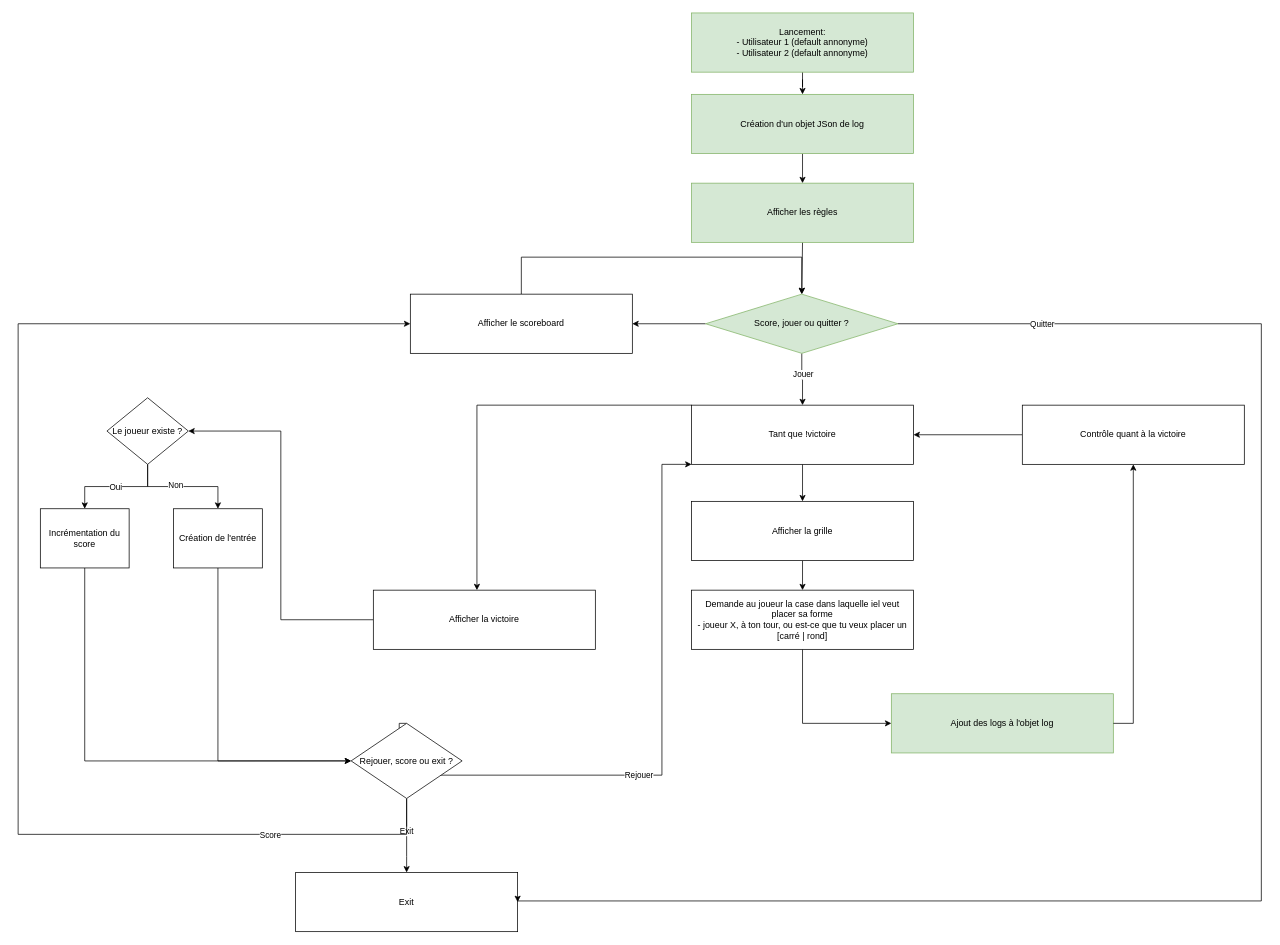
Before: Projet/Diagramme_de_sequence.drawio in Voeffray-Lucielle-EMF/122-Morpion, a draw.io diagram. Source tidied: cells renumbered, new cells numbered last; positions are measured from the earlier drawing's top-left corner, leaving out a move shared by most shapes. Both pictures are drawn from the tidied source at 74%, with x=0, y=0 at pixel (18, 13).
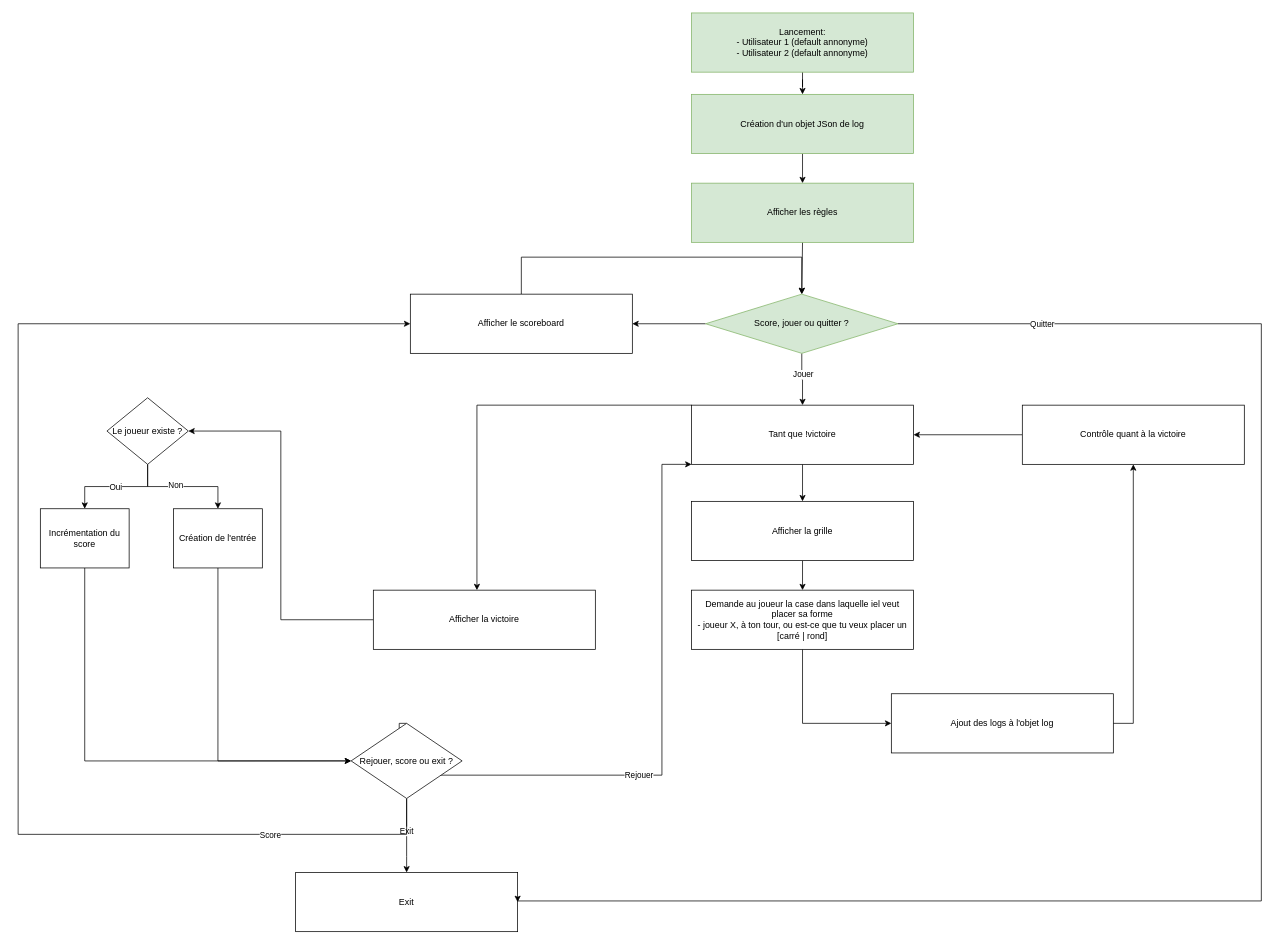
Above is the later version.

The edit, as a diff of the source:
```diff
@@
-    <mxCell id="12" value="&lt;div&gt;Ajout des logs à l'objet log&lt;/div&gt;" style="rounded=0;whiteSpace=wrap;html=1;fillColor=#d5e8d4;strokeColor=#82b366;" parent="1" vertex="1">
+    <mxCell id="12" value="&lt;div&gt;Ajout des logs à l'objet log&lt;/div&gt;" style="rounded=0;whiteSpace=wrap;html=1;" parent="1" vertex="1">
       <mxGeometry x="1180" y="920" width="300" height="80" as="geometry" />
     </mxCell>
```
